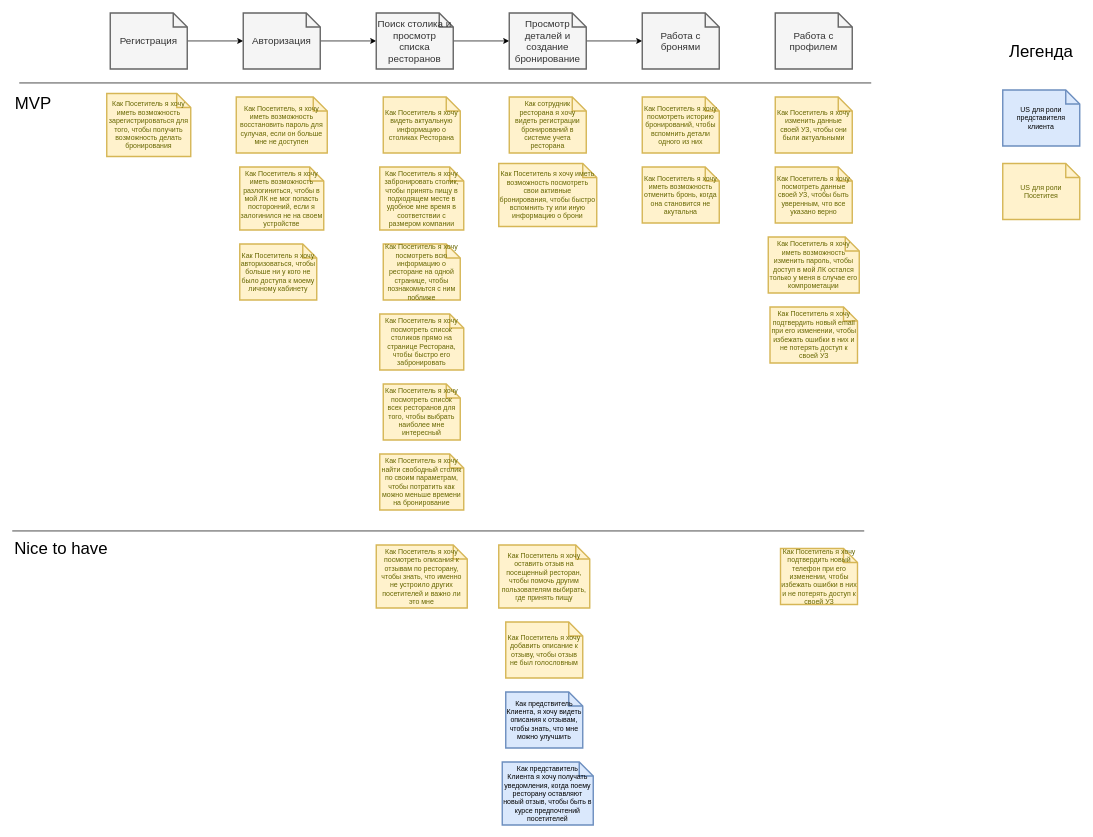
Above: src/US-user-profile.drawio in indeec05/course__final (draw.io), before the change. Source tidied: cells renumbered, new cells numbered last; positions are measured from the earlier drawing's top-left corner, leaving out a move shared by most shapes. Both pictures are drawn from the tidied source at 70%, with x=0, y=0 at pixel (12, 13).
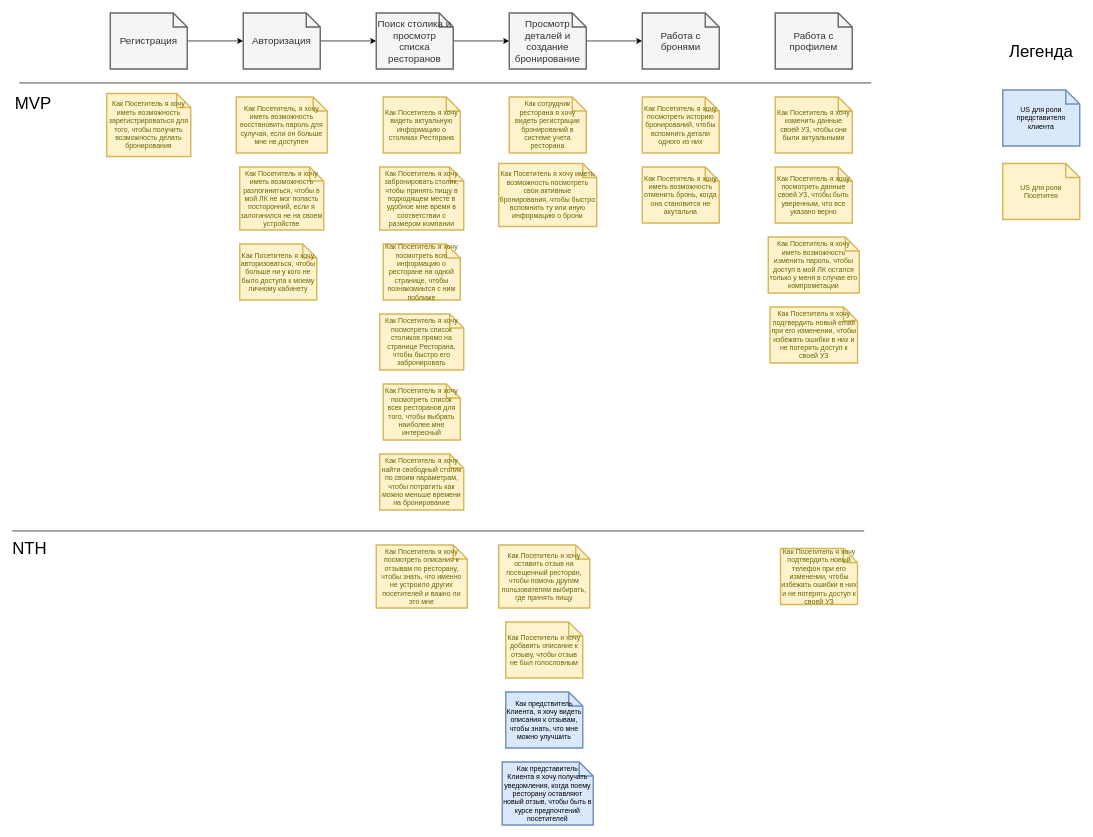
The same page after the edit.

What changed in the source:
```diff
@@
-    <mxCell id="39" value="Nice to have" style="text;html=1;strokeColor=none;fillColor=none;align=center;verticalAlign=middle;whiteSpace=wrap;rounded=0;fontSize=24;" parent="1" vertex="1">
-      <mxGeometry y="750" width="140" height="30" as="geometry" />
+    <mxCell id="39" value="NTH" style="text;html=1;strokeColor=none;fillColor=none;align=center;verticalAlign=middle;whiteSpace=wrap;rounded=0;fontSize=24;" parent="1" vertex="1">
+      <mxGeometry y="750" width="50" height="30" as="geometry" />
     </mxCell>
```
